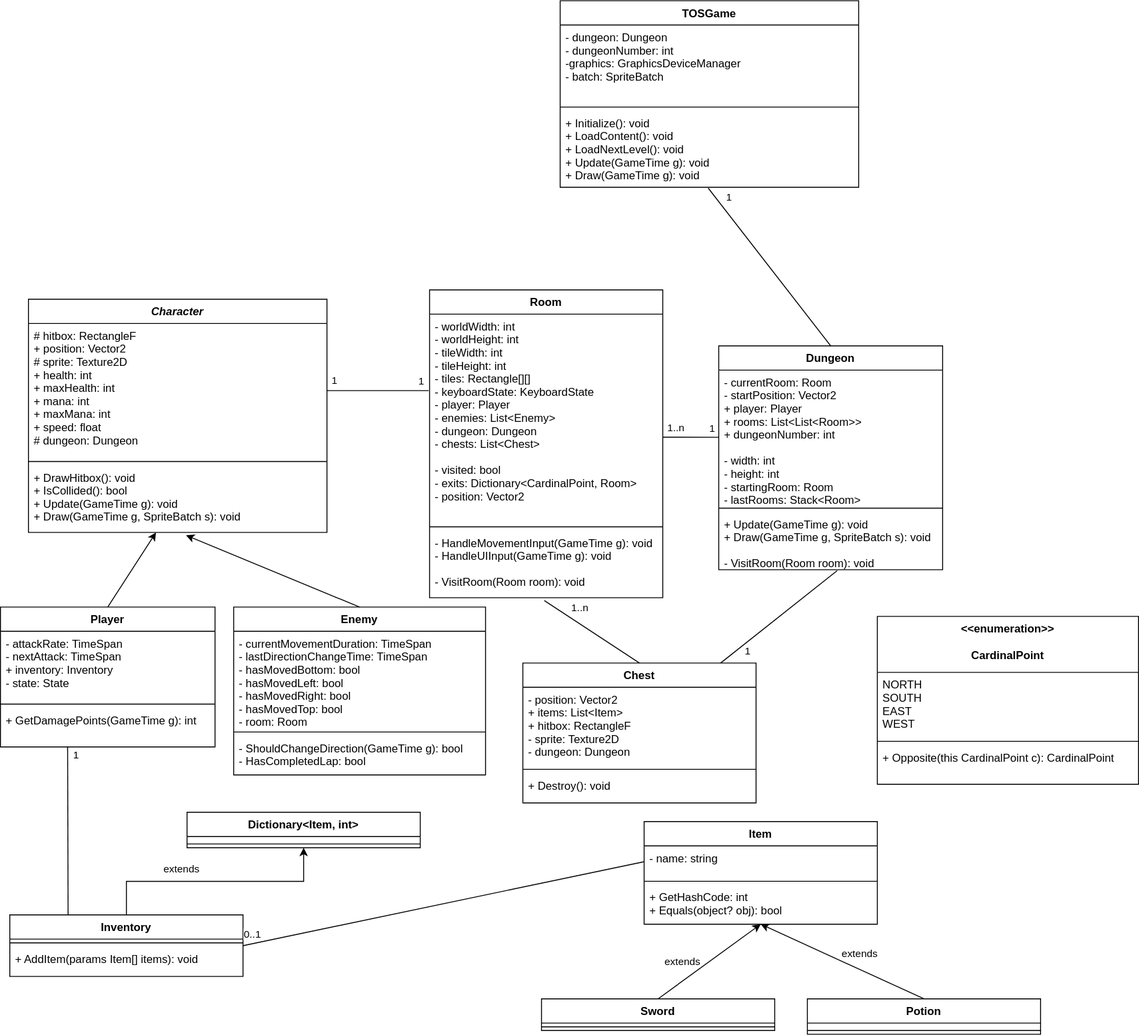
Above: Docs/Model/DungeonCrawlerUML.svg in CPNV-ES/tales-of-senylan (draw.io), before the change. Source tidied: cells renumbered, new cells last; positions are measured from the earlier drawing's top-left corner, leaving out a move shared by most shapes.
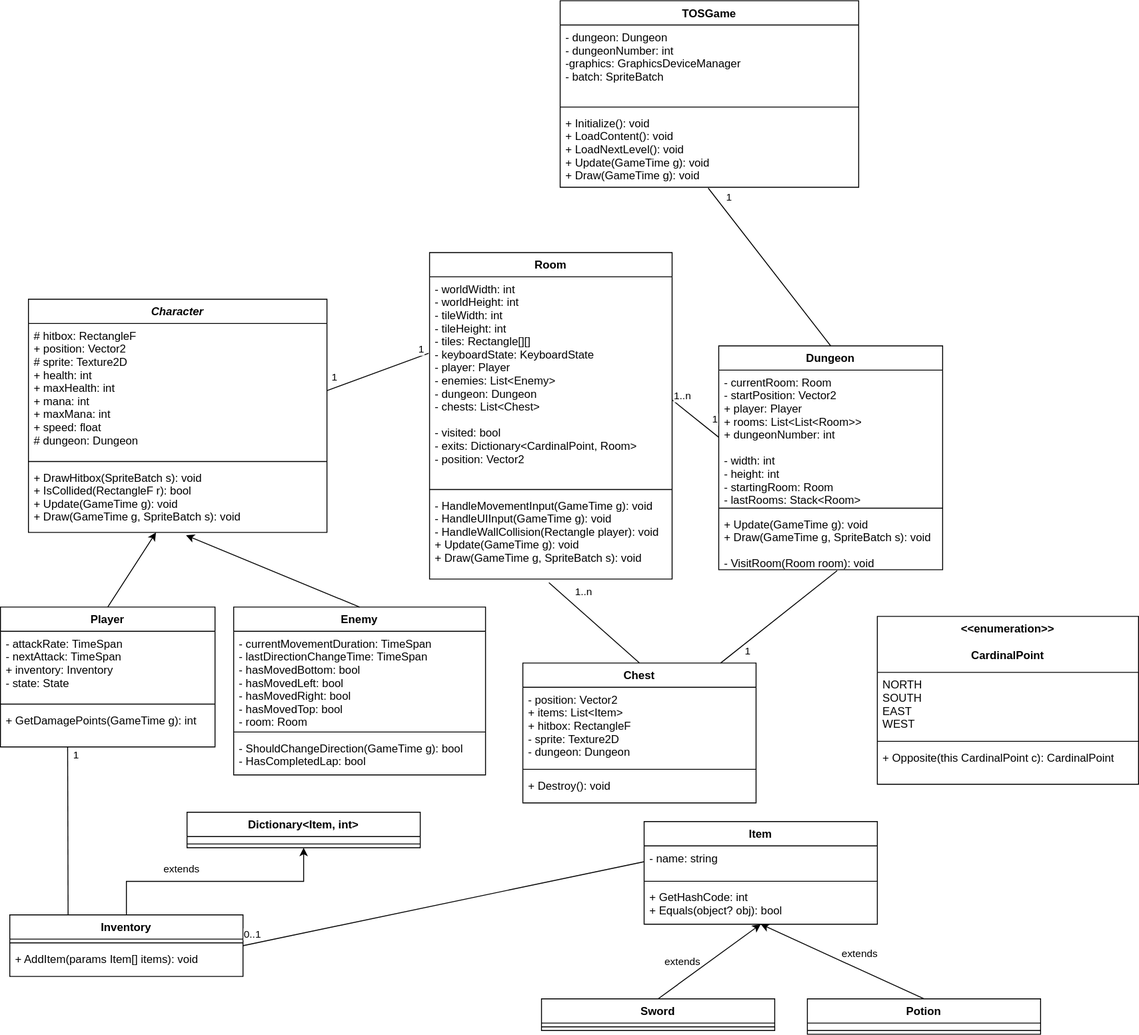
The same file after the commit.

Commit message:
Correct small diagram mistakes

The edit, as a diff of the source:
```diff
@@ -26,7 +26,7 @@
     <mxCell id="7" style="line;strokeWidth=1;fillColor=none;align=left;verticalAlign=middle;spacingTop=-1;spacingLeft=3;spacingRight=3;labelPosition=right;" parent="5" vertex="1">
       <mxGeometry y="170" width="320" height="8" as="geometry" />
     </mxCell>
-    <mxCell id="8" value="+ DrawHitbox(): void&#10;+ IsCollided(): bool&#10;+ Update(GameTime g): void&#10;+ Draw(GameTime g, SpriteBatch s): void&#10;" style="text;strokeColor=none;fillColor=none;align=left;verticalAlign=top;spacingLeft=4;spacingRight=4;overflow=hidden;points=[[0,0.5],[1,0.5]];portConstraint=eastwest;fontStyle=0;" parent="5" vertex="1">
+    <mxCell id="8" value="+ DrawHitbox(SpriteBatch s): void&#10;+ IsCollided(RectangleF r): bool&#10;+ Update(GameTime g): void&#10;+ Draw(GameTime g, SpriteBatch s): void&#10;" style="text;strokeColor=none;fillColor=none;align=left;verticalAlign=top;spacingLeft=4;spacingRight=4;overflow=hidden;points=[[0,0.5],[1,0.5]];portConstraint=eastwest;fontStyle=0;" parent="5" vertex="1">
       <mxGeometry y="178" width="320" height="72" as="geometry" />
     </mxCell>
     <mxCell id="9" style="edgeStyle=orthogonalEdgeStyle;rounded=0;jettySize=auto;html=1;exitX=0.5;exitY=0;exitDx=0;exitDy=0;entryX=0.5;entryY=1;entryDx=0;entryDy=0;" parent="1" edge="1" source="50" target="53">
@@ -135,16 +135,16 @@
       <mxGeometry y="26" width="250" height="8" as="geometry" />
     </mxCell>
     <mxCell id="42" value="Room" style="swimlane;fontStyle=1;align=center;verticalAlign=top;horizontal=1;startSize=26;" parent="1" vertex="1">
-      <mxGeometry x="460" y="310" width="250" height="330" as="geometry" />
+      <mxGeometry x="460" y="270" width="260" height="350" as="geometry" />
     </mxCell>
     <mxCell id="43" value="- worldWidth: int&#10;- worldHeight: int&#10;- tileWidth: int&#10;- tileHeight: int&#10;- tiles: Rectangle[][]&#10;- keyboardState: KeyboardState&#10;- player: Player&#10;- enemies: List&lt;Enemy&gt;&#10;- dungeon: Dungeon&#10;- chests: List&lt;Chest&gt;&#10; &#10;- visited: bool&#10;- exits: Dictionary&lt;CardinalPoint, Room&gt;&#10;- position: Vector2&#10;" style="text;strokeColor=none;fillColor=none;align=left;verticalAlign=top;spacingLeft=4;spacingRight=4;overflow=hidden;points=[[0,0.5],[1,0.5]];portConstraint=eastwest;" parent="42" vertex="1">
-      <mxGeometry y="26" width="250" height="224" as="geometry" />
+      <mxGeometry y="26" width="260" height="224" as="geometry" />
     </mxCell>
     <mxCell id="44" style="line;strokeWidth=1;fillColor=none;align=left;verticalAlign=middle;spacingTop=-1;spacingLeft=3;spacingRight=3;labelPosition=right;" parent="42" vertex="1">
-      <mxGeometry y="250" width="250" height="8" as="geometry" />
+      <mxGeometry y="250" width="260" height="8" as="geometry" />
     </mxCell>
-    <mxCell id="45" value="- HandleMovementInput(GameTime g): void&#10;- HandleUIInput(GameTime g): void&#10; &#10;- VisitRoom(Room room): void" style="text;strokeColor=none;fillColor=none;align=left;verticalAlign=top;spacingLeft=4;spacingRight=4;overflow=hidden;points=[[0,0.5],[1,0.5]];portConstraint=eastwest;" parent="42" vertex="1">
-      <mxGeometry y="258" width="250" height="72" as="geometry" />
+    <mxCell id="45" value="- HandleMovementInput(GameTime g): void&#10;- HandleUIInput(GameTime g): void&#10;- HandleWallCollision(Rectangle player): void&#10;+ Update(GameTime g): void&#10;+ Draw(GameTime g, SpriteBatch s): void&#10;" style="text;strokeColor=none;fillColor=none;align=left;verticalAlign=top;spacingLeft=4;spacingRight=4;overflow=hidden;points=[[0,0.5],[1,0.5]];portConstraint=eastwest;" parent="42" vertex="1">
+      <mxGeometry y="258" width="260" height="92" as="geometry" />
     </mxCell>
     <mxCell id="46" value="Chest" style="swimlane;fontStyle=1;align=center;verticalAlign=top;horizontal=1;startSize=26;" parent="1" vertex="1">
       <mxGeometry x="560" y="710" width="250" height="150" as="geometry" />
```
